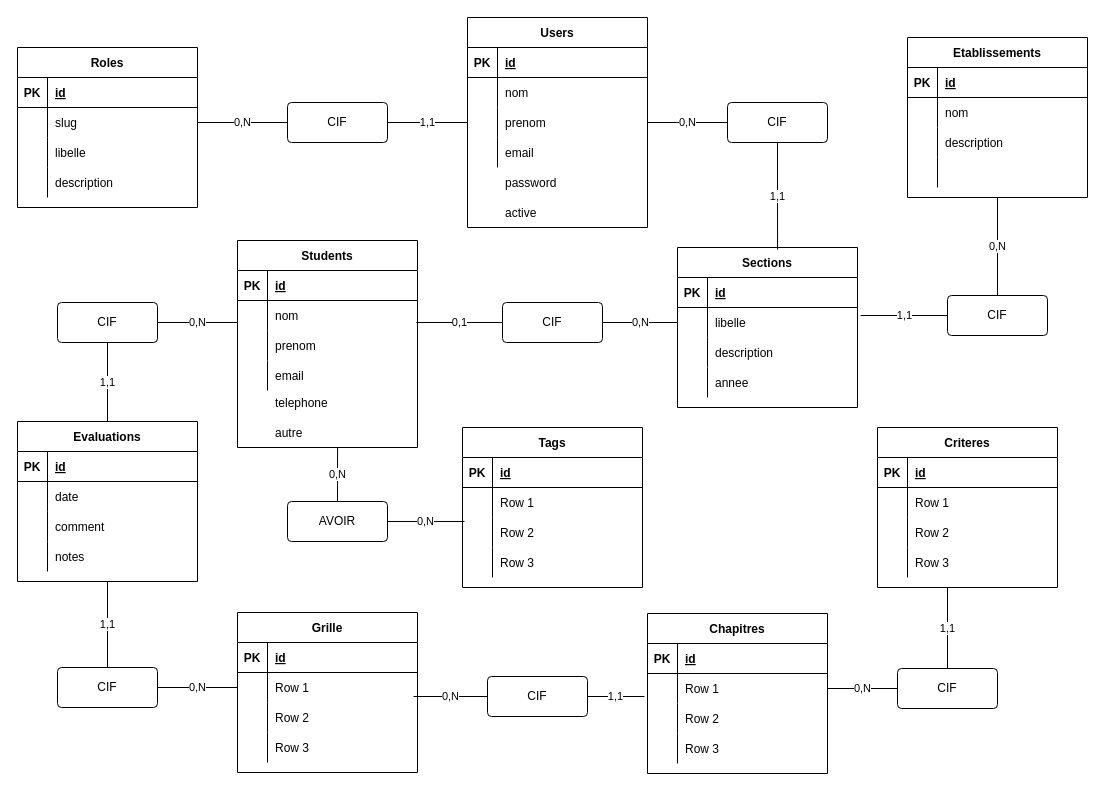
The draw.io diagram conception.drawio in laurentPause/cda, before the edit. Source tidied: cells renumbered, new cells numbered last; positions are measured from the earlier drawing's top-left corner, leaving out a move shared by most shapes. Both pictures are drawn from the tidied source at 100%, with x=0, y=0 at pixel (17, 17).
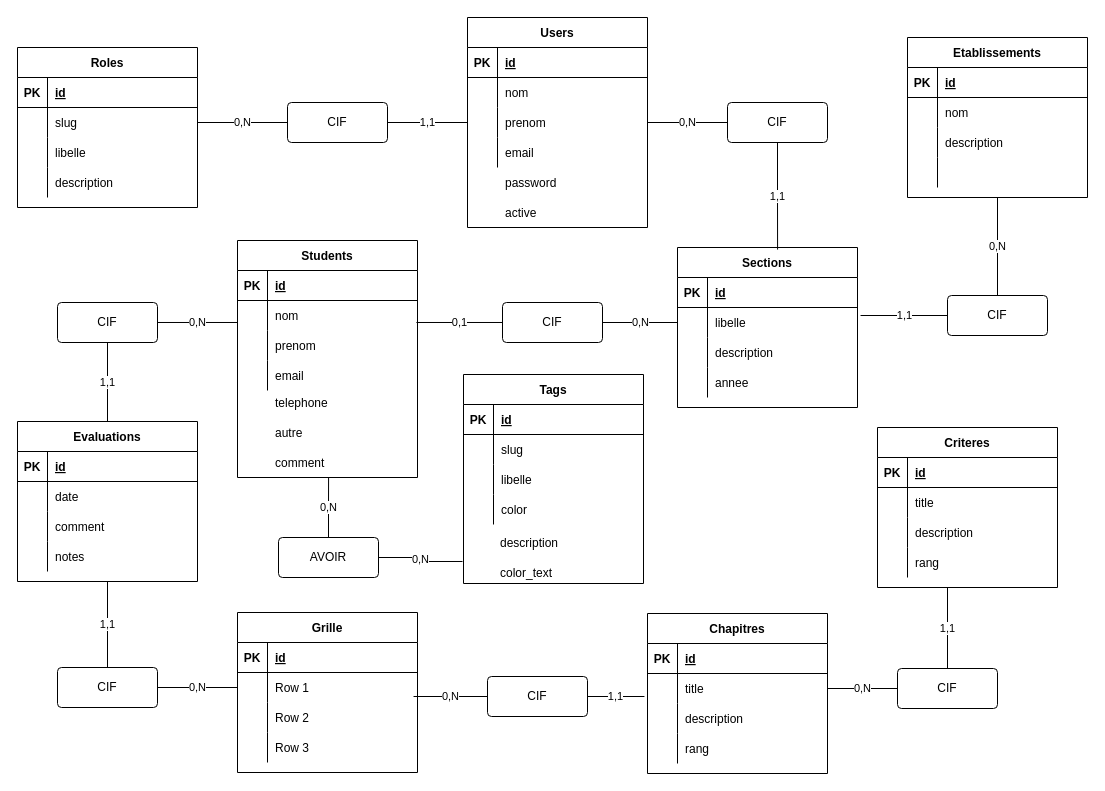
Above is the later version.

The change refers to these unchanged cells:
```xml
<mxCell id="79" style="shape=partialRectangle;fillColor=none;top=0;left=0;bottom=0;right=0;points=[[0,0.5],[1,0.5]];portConstraint=eastwest;" parent="1" vertex="1">
  <mxGeometry x="220" y="400" width="180" height="30" as="geometry" />
</mxCell>
<mxCell id="130" style="shape=partialRectangle;fillColor=none;top=0;left=0;bottom=0;right=0;points=[[0,0.5],[1,0.5]];portConstraint=eastwest;" parent="126" vertex="1">
  <mxGeometry y="60" width="180" height="30" as="geometry" />
</mxCell>
<mxCell id="133" style="shape=partialRectangle;fillColor=none;top=0;left=0;bottom=0;right=0;points=[[0,0.5],[1,0.5]];portConstraint=eastwest;" parent="126" vertex="1">
  <mxGeometry y="90" width="180" height="30" as="geometry" />
</mxCell>
<mxCell id="136" style="shape=partialRectangle;fillColor=none;top=0;left=0;bottom=0;right=0;" parent="126" vertex="1">
  <mxGeometry y="120" width="180" height="30" as="geometry" />
</mxCell>
<mxCell id="146" style="shape=partialRectangle;fillColor=none;top=0;left=0;bottom=0;right=0;" parent="142" vertex="1">
  <mxGeometry y="60" width="180" height="30" as="geometry" />
</mxCell>
<mxCell id="149" style="shape=partialRectangle;fillColor=none;top=0;left=0;bottom=0;right=0;" parent="142" vertex="1">
  <mxGeometry y="90" width="180" height="30" as="geometry" />
</mxCell>
<mxCell id="152" style="shape=partialRectangle;fillColor=none;top=0;left=0;bottom=0;right=0;" parent="142" vertex="1">
  <mxGeometry y="120" width="180" height="30" as="geometry" />
</mxCell>
<mxCell id="159" style="shape=partialRectangle;fillColor=none;top=0;left=0;bottom=0;right=0;" parent="155" vertex="1">
  <mxGeometry y="60" width="180" height="30" as="geometry" />
</mxCell>
<mxCell id="162" style="shape=partialRectangle;fillColor=none;top=0;left=0;bottom=0;right=0;points=[[0,0.5],[1,0.5]];portConstraint=eastwest;" parent="155" vertex="1">
  <mxGeometry y="90" width="180" height="30" as="geometry" />
</mxCell>
<mxCell id="165" style="shape=partialRectangle;fillColor=none;top=0;left=0;bottom=0;right=0;" parent="155" vertex="1">
  <mxGeometry y="120" width="180" height="30" as="geometry" />
</mxCell>
```

Diff of the diagram source:
```diff
@@
     <mxCell id="63" value="Students" style="shape=table;startSize=30;childLayout=tableLayout;rowLines=0;fontStyle=1;align=center;" parent="1" vertex="1">
-      <mxGeometry x="220" y="223" width="180" height="207" as="geometry" />
+      <mxGeometry x="220" y="223" width="180" height="237" as="geometry" />
     </mxCell>
@@
-    <mxCell id="132" value="Row 1" style="shape=partialRectangle;fillColor=none;top=0;left=0;bottom=0;right=0;align=left;spacingLeft=6;overflow=hidden;" parent="130" vertex="1">
+    <mxCell id="132" value="title" style="shape=partialRectangle;fillColor=none;top=0;left=0;bottom=0;right=0;align=left;spacingLeft=6;overflow=hidden;" parent="130" vertex="1">
       <mxGeometry x="30" width="150" height="30" as="geometry" />
     </mxCell>
@@
-    <mxCell id="135" value="Row 2" style="shape=partialRectangle;fillColor=none;top=0;left=0;bottom=0;right=0;align=left;spacingLeft=6;overflow=hidden;" parent="133" vertex="1">
+    <mxCell id="135" value="description" style="shape=partialRectangle;fillColor=none;top=0;left=0;bottom=0;right=0;align=left;spacingLeft=6;overflow=hidden;" parent="133" vertex="1">
       <mxGeometry x="30" width="150" height="30" as="geometry" />
     </mxCell>
@@
-    <mxCell id="138" value="Row 3" style="shape=partialRectangle;fillColor=none;top=0;left=0;bottom=0;right=0;align=left;spacingLeft=6;overflow=hidden;" parent="136" vertex="1">
+    <mxCell id="138" value="rang" style="shape=partialRectangle;fillColor=none;top=0;left=0;bottom=0;right=0;align=left;spacingLeft=6;overflow=hidden;" parent="136" vertex="1">
       <mxGeometry x="30" width="150" height="30" as="geometry" />
     </mxCell>
@@
-    <mxCell id="148" value="Row 1" style="shape=partialRectangle;fillColor=none;top=0;left=0;bottom=0;right=0;align=left;spacingLeft=6;overflow=hidden;" parent="146" vertex="1">
+    <mxCell id="148" value="title" style="shape=partialRectangle;fillColor=none;top=0;left=0;bottom=0;right=0;align=left;spacingLeft=6;overflow=hidden;" parent="146" vertex="1">
       <mxGeometry x="30" width="150" height="30" as="geometry" />
     </mxCell>
@@
-    <mxCell id="151" value="Row 2" style="shape=partialRectangle;fillColor=none;top=0;left=0;bottom=0;right=0;align=left;spacingLeft=6;overflow=hidden;" parent="149" vertex="1">
+    <mxCell id="151" value="description" style="shape=partialRectangle;fillColor=none;top=0;left=0;bottom=0;right=0;align=left;spacingLeft=6;overflow=hidden;" parent="149" vertex="1">
       <mxGeometry x="30" width="150" height="30" as="geometry" />
     </mxCell>
@@
-    <mxCell id="154" value="Row 3" style="shape=partialRectangle;fillColor=none;top=0;left=0;bottom=0;right=0;align=left;spacingLeft=6;overflow=hidden;" parent="152" vertex="1">
+    <mxCell id="154" value="rang" style="shape=partialRectangle;fillColor=none;top=0;left=0;bottom=0;right=0;align=left;spacingLeft=6;overflow=hidden;" parent="152" vertex="1">
       <mxGeometry x="30" width="150" height="30" as="geometry" />
     </mxCell>
     <mxCell id="155" value="Tags" style="shape=table;startSize=30;childLayout=tableLayout;rowLines=0;fontStyle=1;align=center;" parent="1" vertex="1">
-      <mxGeometry x="445" y="410" width="180" height="160" as="geometry" />
+      <mxGeometry x="446" y="357" width="180" height="209" as="geometry" />
     </mxCell>
@@
-    <mxCell id="161" value="Row 1" style="shape=partialRectangle;fillColor=none;top=0;left=0;bottom=0;right=0;align=left;spacingLeft=6;overflow=hidden;" parent="159" vertex="1">
+    <mxCell id="161" value="slug" style="shape=partialRectangle;fillColor=none;top=0;left=0;bottom=0;right=0;align=left;spacingLeft=6;overflow=hidden;" parent="159" vertex="1">
       <mxGeometry x="30" width="150" height="30" as="geometry" />
     </mxCell>
@@
-    <mxCell id="164" value="Row 2" style="shape=partialRectangle;fillColor=none;top=0;left=0;bottom=0;right=0;align=left;spacingLeft=6;overflow=hidden;" parent="162" vertex="1">
+    <mxCell id="164" value="libelle" style="shape=partialRectangle;fillColor=none;top=0;left=0;bottom=0;right=0;align=left;spacingLeft=6;overflow=hidden;" parent="162" vertex="1">
       <mxGeometry x="30" width="150" height="30" as="geometry" />
     </mxCell>
@@
-    <mxCell id="167" value="Row 3" style="shape=partialRectangle;fillColor=none;top=0;left=0;bottom=0;right=0;align=left;spacingLeft=6;overflow=hidden;" parent="165" vertex="1">
+    <mxCell id="167" value="color" style="shape=partialRectangle;fillColor=none;top=0;left=0;bottom=0;right=0;align=left;spacingLeft=6;overflow=hidden;" parent="165" vertex="1">
       <mxGeometry x="30" width="150" height="30" as="geometry" />
     </mxCell>
-    <mxCell id="168" value="0,N" style="edgeStyle=orthogonalEdgeStyle;rounded=0;jettySize=auto;html=1;entryX=0.556;entryY=1;entryDx=0;entryDy=0;entryPerimeter=0;endArrow=none;endFill=0;" parent="1" edge="1" source="170" target="79">
-      <mxGeometry relative="1" as="geometry" />
-    </mxCell>
-    <mxCell id="169" value="0,N" style="edgeStyle=orthogonalEdgeStyle;rounded=0;jettySize=auto;html=1;entryX=0.011;entryY=0.133;entryDx=0;entryDy=0;entryPerimeter=0;endArrow=none;endFill=0;" parent="1" edge="1" source="170" target="162">
-      <mxGeometry relative="1" as="geometry" />
-    </mxCell>
+    <mxCell id="171" value="0,N" style="edgeStyle=orthogonalEdgeStyle;rounded=0;jettySize=auto;html=1;entryX=0.506;entryY=1;entryDx=0;entryDy=0;entryPerimeter=0;endArrow=none;endFill=0;" parent="1" edge="1" source="170" target="173">
+      <mxGeometry relative="1" as="geometry" />
+    </mxCell>
+    <mxCell id="172" value="0,N" style="edgeStyle=orthogonalEdgeStyle;rounded=0;jettySize=auto;html=1;entryX=0;entryY=0.133;entryDx=0;entryDy=0;entryPerimeter=0;endArrow=none;endFill=0;" parent="1" edge="1" source="170" target="179">
+      <mxGeometry relative="1" as="geometry" />
+    </mxCell>
     <mxCell id="170" value="AVOIR" style="rounded=1;arcSize=10;whiteSpace=wrap;html=1;align=center;" parent="1" vertex="1">
-      <mxGeometry x="270" y="484" width="100" height="40" as="geometry" />
+      <mxGeometry x="261" y="520" width="100" height="40" as="geometry" />
     </mxCell>
+    <mxCell id="173" style="shape=partialRectangle;fillColor=none;top=0;left=0;bottom=0;right=0;points=[[0,0.5],[1,0.5]];portConstraint=eastwest;" parent="1" vertex="1">
+      <mxGeometry x="220" y="430" width="180" height="30" as="geometry" />
+    </mxCell>
+    <mxCell id="174" style="shape=partialRectangle;fillColor=none;top=0;left=0;bottom=0;right=0;overflow=hidden;" parent="173" vertex="1">
+      <mxGeometry width="30" height="30" as="geometry" />
+    </mxCell>
+    <mxCell id="175" value="comment" style="shape=partialRectangle;fillColor=none;top=0;left=0;bottom=0;right=0;align=left;spacingLeft=6;overflow=hidden;" parent="173" vertex="1">
+      <mxGeometry x="30" width="150" height="30" as="geometry" />
+    </mxCell>
+    <mxCell id="176" style="shape=partialRectangle;fillColor=none;top=0;left=0;bottom=0;right=0;" parent="1" vertex="1">
+      <mxGeometry x="445" y="510" width="180" height="30" as="geometry" />
+    </mxCell>
+    <mxCell id="177" style="shape=partialRectangle;fillColor=none;top=0;left=0;bottom=0;right=0;overflow=hidden;" parent="176" vertex="1">
+      <mxGeometry width="30" height="30" as="geometry" />
+    </mxCell>
+    <mxCell id="178" value="description" style="shape=partialRectangle;fillColor=none;top=0;left=0;bottom=0;right=0;align=left;spacingLeft=6;overflow=hidden;" parent="176" vertex="1">
+      <mxGeometry x="30" width="150" height="30" as="geometry" />
+    </mxCell>
+    <mxCell id="179" style="shape=partialRectangle;fillColor=none;top=0;left=0;bottom=0;right=0;points=[[0,0.5],[1,0.5]];portConstraint=eastwest;" parent="1" vertex="1">
+      <mxGeometry x="445" y="540" width="180" height="30" as="geometry" />
+    </mxCell>
+    <mxCell id="180" style="shape=partialRectangle;fillColor=none;top=0;left=0;bottom=0;right=0;overflow=hidden;" parent="179" vertex="1">
+      <mxGeometry width="30" height="30" as="geometry" />
+    </mxCell>
+    <mxCell id="181" value="color_text" style="shape=partialRectangle;fillColor=none;top=0;left=0;bottom=0;right=0;align=left;spacingLeft=6;overflow=hidden;" parent="179" vertex="1">
+      <mxGeometry x="30" width="150" height="30" as="geometry" />
+    </mxCell>
```
